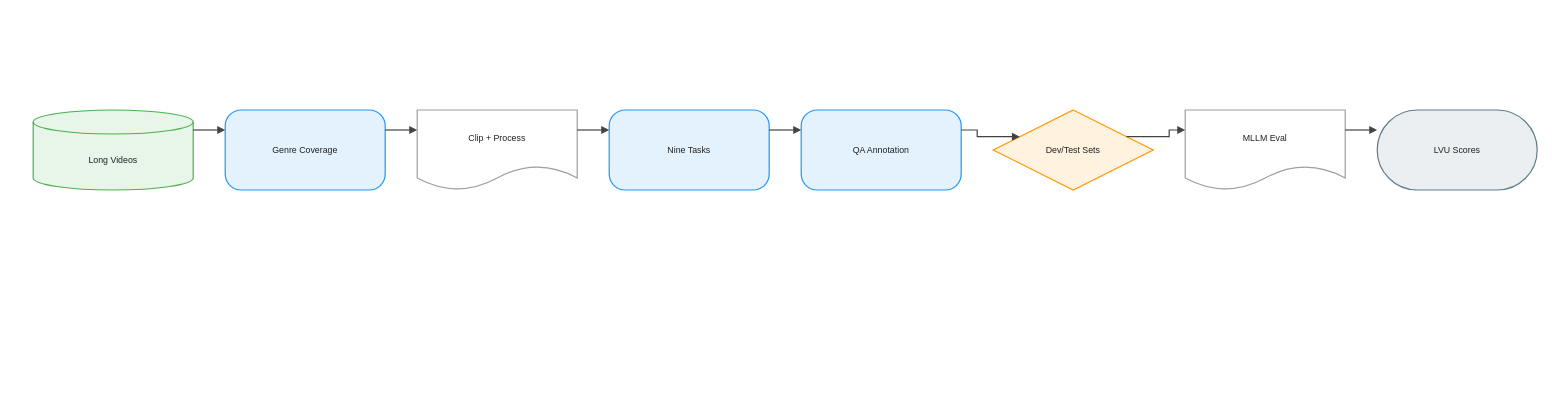
This is client/public/drawio/MLVU/MLVU.en.drawio from joe1chief/benchmark-hub, a draw.io file, before an edit. Source tidied: cells renumbered, new cells numbered last; positions are measured from the earlier drawing's top-left corner, leaving out a move shared by most shapes. Both pictures are drawn from the tidied source at 80%, with x=0, y=0 at pixel (33, 110).
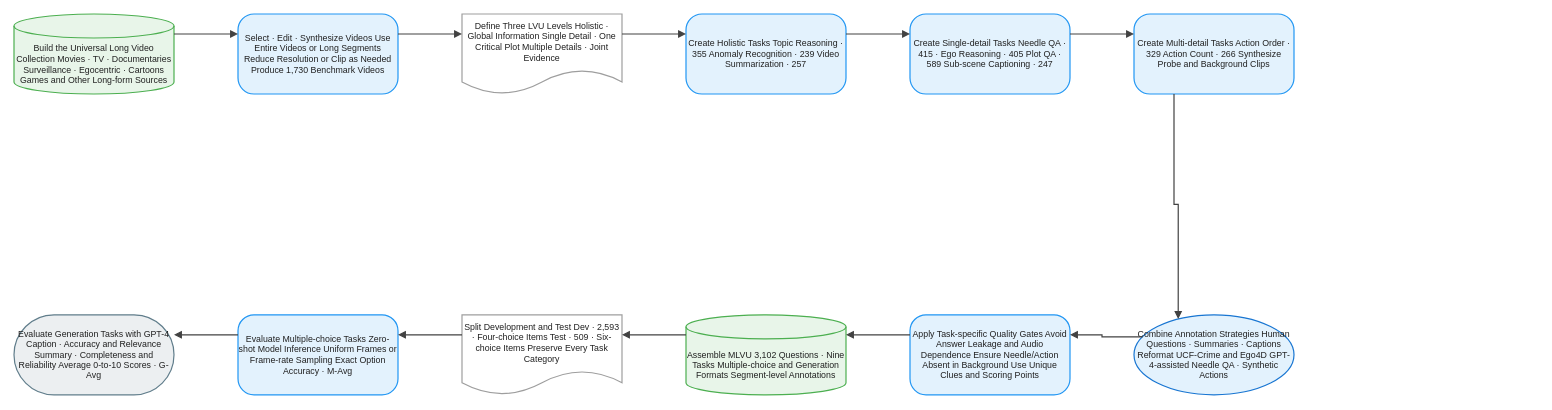
The same page after the edit.

What changed in the source:
```diff
@@
-    <mxCell id="2" value="Long Videos" style="shape=cylinder3;boundedLbl=1;backgroundOutline=1;size=15;html=1;whiteSpace=wrap;fillColor=#E8F5E9;strokeColor=#4CAF50;strokeWidth=1.5;fontColor=#212121;fontSize=11;fontFamily=Arial, Helvetica, sans-serif;verticalAlign=middle;align=center;" parent="1" vertex="1">
-      <mxGeometry width="200" height="100" as="geometry" />
+    <mxCell id="2" value="Build the Universal Long Video Collection Movies · TV · Documentaries Surveillance · Egocentric · Cartoons Games and Other Long-form Sources" style="shape=cylinder3;boundedLbl=1;backgroundOutline=1;size=15;html=1;whiteSpace=wrap;fillColor=#E8F5E9;strokeColor=#4CAF50;strokeWidth=1.5;fontColor=#212121;fontSize=11;fontFamily=Arial, Helvetica, sans-serif;verticalAlign=middle;align=center;" parent="1" vertex="1">
+      <mxGeometry x="-24" y="-120" width="200" height="100" as="geometry" />
     </mxCell>
-    <mxCell id="3" value="Genre Coverage" style="rounded=1;arcSize=20;html=1;whiteSpace=wrap;fillColor=#E3F2FD;strokeColor=#2196F3;strokeWidth=1.5;fontColor=#212121;fontSize=11;fontFamily=Arial, Helvetica, sans-serif;verticalAlign=middle;align=center;" parent="1" vertex="1">
-      <mxGeometry x="240" width="200" height="100" as="geometry" />
+    <mxCell id="3" value="Select · Edit · Synthesize Videos Use Entire Videos or Long Segments Reduce Resolution or Clip as Needed Produce 1,730 Benchmark Videos" style="rounded=1;arcSize=20;html=1;whiteSpace=wrap;fillColor=#E3F2FD;strokeColor=#2196F3;strokeWidth=1.5;fontColor=#212121;fontSize=11;fontFamily=Arial, Helvetica, sans-serif;verticalAlign=middle;align=center;" parent="1" vertex="1">
+      <mxGeometry x="256" y="-120" width="200" height="100" as="geometry" />
     </mxCell>
-    <mxCell id="4" value="Clip + Process" style="shape=document;boundedLbl=1;html=1;whiteSpace=wrap;fillColor=#FFFFFF;strokeColor=#9E9E9E;strokeWidth=1.5;fontColor=#212121;fontSize=11;fontFamily=Arial, Helvetica, sans-serif;verticalAlign=middle;align=center;" parent="1" vertex="1">
-      <mxGeometry x="480" width="200" height="100" as="geometry" />
+    <mxCell id="4" value="Define Three LVU Levels Holistic · Global Information Single Detail · One Critical Plot Multiple Details · Joint Evidence" style="shape=document;boundedLbl=1;html=1;whiteSpace=wrap;fillColor=#FFFFFF;strokeColor=#9E9E9E;strokeWidth=1.5;fontColor=#212121;fontSize=11;fontFamily=Arial, Helvetica, sans-serif;verticalAlign=middle;align=center;" parent="1" vertex="1">
+      <mxGeometry x="536" y="-120" width="200" height="100" as="geometry" />
     </mxCell>
-    <mxCell id="5" value="Nine Tasks" style="rounded=1;arcSize=20;html=1;whiteSpace=wrap;fillColor=#E3F2FD;strokeColor=#2196F3;strokeWidth=1.5;fontColor=#212121;fontSize=11;fontFamily=Arial, Helvetica, sans-serif;verticalAlign=middle;align=center;" parent="1" vertex="1">
-      <mxGeometry x="720" width="200" height="100" as="geometry" />
+    <mxCell id="5" value="Create Holistic Tasks Topic Reasoning · 355 Anomaly Recognition · 239 Video Summarization · 257" style="rounded=1;arcSize=20;html=1;whiteSpace=wrap;fillColor=#E3F2FD;strokeColor=#2196F3;strokeWidth=1.5;fontColor=#212121;fontSize=11;fontFamily=Arial, Helvetica, sans-serif;verticalAlign=middle;align=center;" parent="1" vertex="1">
+      <mxGeometry x="816" y="-120" width="200" height="100" as="geometry" />
     </mxCell>
-    <mxCell id="6" value="QA Annotation" style="rounded=1;arcSize=20;html=1;whiteSpace=wrap;fillColor=#E3F2FD;strokeColor=#2196F3;strokeWidth=1.5;fontColor=#212121;fontSize=11;fontFamily=Arial, Helvetica, sans-serif;verticalAlign=middle;align=center;" parent="1" vertex="1">
-      <mxGeometry x="960" width="200" height="100" as="geometry" />
+    <mxCell id="6" value="Create Single-detail Tasks Needle QA · 415 · Ego Reasoning · 405 Plot QA · 589 Sub-scene Captioning · 247" style="rounded=1;arcSize=20;html=1;whiteSpace=wrap;fillColor=#E3F2FD;strokeColor=#2196F3;strokeWidth=1.5;fontColor=#212121;fontSize=11;fontFamily=Arial, Helvetica, sans-serif;verticalAlign=middle;align=center;" parent="1" vertex="1">
+      <mxGeometry x="1096" y="-120" width="200" height="100" as="geometry" />
     </mxCell>
-    <mxCell id="7" value="Dev/Test Sets" style="rhombus;html=1;whiteSpace=wrap;fillColor=#FFF3E0;strokeColor=#FF9800;strokeWidth=1.5;fontColor=#212121;fontSize=11;fontFamily=Arial, Helvetica, sans-serif;verticalAlign=middle;align=center;" parent="1" vertex="1">
-      <mxGeometry x="1200" width="200" height="100" as="geometry" />
+    <mxCell id="7" value="Create Multi-detail Tasks Action Order · 329 Action Count · 266 Synthesize Probe and Background Clips" style="rounded=1;arcSize=20;html=1;whiteSpace=wrap;fillColor=#E3F2FD;strokeColor=#2196F3;strokeWidth=1.5;fontColor=#212121;fontSize=11;fontFamily=Arial, Helvetica, sans-serif;verticalAlign=middle;align=center;" parent="1" vertex="1">
+      <mxGeometry x="1376" y="-120" width="200" height="100" as="geometry" />
     </mxCell>
-    <mxCell id="8" value="MLLM Eval" style="shape=document;boundedLbl=1;html=1;whiteSpace=wrap;fillColor=#FFFFFF;strokeColor=#9E9E9E;strokeWidth=1.5;fontColor=#212121;fontSize=11;fontFamily=Arial, Helvetica, sans-serif;verticalAlign=middle;align=center;" parent="1" vertex="1">
-      <mxGeometry x="1440" width="200" height="100" as="geometry" />
+    <mxCell id="8" value="Combine Annotation Strategies Human Questions · Summaries · Captions Reformat UCF-Crime and Ego4D GPT-4-assisted Needle QA · Synthetic Actions" style="ellipse;html=1;whiteSpace=wrap;fillColor=#E3F2FD;strokeColor=#1976D2;strokeWidth=1.5;fontColor=#212121;fontSize=11;fontFamily=Arial, Helvetica, sans-serif;verticalAlign=middle;align=center;" parent="1" vertex="1">
+      <mxGeometry x="1376" y="256" width="200" height="100" as="geometry" />
     </mxCell>
-    <mxCell id="9" value="LVU Scores" style="rounded=1;arcSize=50;html=1;whiteSpace=wrap;fillColor=#ECEFF1;strokeColor=#607D8B;strokeWidth=1.5;fontColor=#212121;fontSize=11;fontFamily=Arial, Helvetica, sans-serif;verticalAlign=middle;align=center;" parent="1" vertex="1">
-      <mxGeometry x="1680" width="200" height="100" as="geometry" />
+    <mxCell id="9" value="Apply Task-specific Quality Gates Avoid Answer Leakage and Audio Dependence Ensure Needle/Action Absent in Background Use Unique Clues and Scoring Points" style="rounded=1;arcSize=20;html=1;whiteSpace=wrap;fillColor=#E3F2FD;strokeColor=#2196F3;strokeWidth=1.5;fontColor=#212121;fontSize=11;fontFamily=Arial, Helvetica, sans-serif;verticalAlign=middle;align=center;" parent="1" vertex="1">
+      <mxGeometry x="1096" y="256" width="200" height="100" as="geometry" />
     </mxCell>
-    <mxCell id="10" style="edgeStyle=orthogonalEdgeStyle;rounded=0;jettySize=auto;html=1;strokeColor=#424242;strokeWidth=1.5;endArrow=block;endFill=1;exitX=1;exitY=0.25;exitDx=0;exitDy=0;entryX=0;entryY=0.25;entryDx=0;entryDy=0;jumpStyle=arc;jumpSize=8;" parent="1" edge="1" source="2" target="3">
-      <mxGeometry relative="1" as="geometry" />
+    <mxCell id="10" value="Assemble MLVU 3,102 Questions · Nine Tasks Multiple-choice and Generation Formats Segment-level Annotations" style="shape=cylinder3;boundedLbl=1;backgroundOutline=1;size=15;html=1;whiteSpace=wrap;fillColor=#E8F5E9;strokeColor=#4CAF50;strokeWidth=1.5;fontColor=#212121;fontSize=11;fontFamily=Arial, Helvetica, sans-serif;verticalAlign=middle;align=center;" parent="1" vertex="1">
+      <mxGeometry x="816" y="256" width="200" height="100" as="geometry" />
     </mxCell>
-    <mxCell id="11" style="edgeStyle=orthogonalEdgeStyle;rounded=0;jettySize=auto;html=1;strokeColor=#424242;strokeWidth=1.5;endArrow=block;endFill=1;exitX=1;exitY=0.25;exitDx=0;exitDy=0;entryX=0;entryY=0.25;entryDx=0;entryDy=0;jumpStyle=arc;jumpSize=8;" parent="1" edge="1" source="3" target="4">
-      <mxGeometry relative="1" as="geometry" />
+    <mxCell id="11" value="Split Development and Test Dev · 2,593 · Four-choice Items Test · 509 · Six-choice Items Preserve Every Task Category" style="shape=document;boundedLbl=1;html=1;whiteSpace=wrap;fillColor=#FFFFFF;strokeColor=#9E9E9E;strokeWidth=1.5;fontColor=#212121;fontSize=11;fontFamily=Arial, Helvetica, sans-serif;verticalAlign=middle;align=center;" parent="1" vertex="1">
+      <mxGeometry x="536" y="256" width="200" height="100" as="geometry" />
     </mxCell>
-    <mxCell id="12" style="edgeStyle=orthogonalEdgeStyle;rounded=0;jettySize=auto;html=1;strokeColor=#424242;strokeWidth=1.5;endArrow=block;endFill=1;exitX=1;exitY=0.25;exitDx=0;exitDy=0;entryX=0;entryY=0.25;entryDx=0;entryDy=0;jumpStyle=arc;jumpSize=8;" parent="1" edge="1" source="4" target="5">
-      <mxGeometry relative="1" as="geometry" />
+    <mxCell id="12" value="Evaluate Multiple-choice Tasks Zero-shot Model Inference Uniform Frames or Frame-rate Sampling Exact Option Accuracy · M-Avg" style="rounded=1;arcSize=20;html=1;whiteSpace=wrap;fillColor=#E3F2FD;strokeColor=#2196F3;strokeWidth=1.5;fontColor=#212121;fontSize=11;fontFamily=Arial, Helvetica, sans-serif;verticalAlign=middle;align=center;" parent="1" vertex="1">
+      <mxGeometry x="256" y="256" width="200" height="100" as="geometry" />
     </mxCell>
-    <mxCell id="13" style="edgeStyle=orthogonalEdgeStyle;rounded=0;jettySize=auto;html=1;strokeColor=#424242;strokeWidth=1.5;endArrow=block;endFill=1;exitX=1;exitY=0.25;exitDx=0;exitDy=0;entryX=0;entryY=0.25;entryDx=0;entryDy=0;jumpStyle=arc;jumpSize=8;" parent="1" edge="1" source="5" target="6">
-      <mxGeometry relative="1" as="geometry" />
+    <mxCell id="13" value="Evaluate Generation Tasks with GPT-4 Caption · Accuracy and Relevance Summary · Completeness and Reliability Average 0-to-10 Scores · G-Avg" style="rounded=1;arcSize=50;html=1;whiteSpace=wrap;fillColor=#ECEFF1;strokeColor=#607D8B;strokeWidth=1.5;fontColor=#212121;fontSize=11;fontFamily=Arial, Helvetica, sans-serif;verticalAlign=middle;align=center;" parent="1" vertex="1">
+      <mxGeometry x="-24" y="256" width="200" height="100" as="geometry" />
     </mxCell>
-    <mxCell id="14" style="edgeStyle=orthogonalEdgeStyle;rounded=0;jettySize=auto;html=1;strokeColor=#424242;strokeWidth=1.5;endArrow=block;endFill=1;exitX=1;exitY=0.25;exitDx=0;exitDy=0;entryX=0;entryY=0.25;entryDx=0;entryDy=0;jumpStyle=arc;jumpSize=8;" parent="1" edge="1" source="6" target="7">
+    <mxCell id="14" style="edgeStyle=orthogonalEdgeStyle;rounded=0;jettySize=auto;html=1;strokeColor=#424242;strokeWidth=1.5;endArrow=block;endFill=1;exitX=1;exitY=0.25;exitDx=0;exitDy=0;entryX=0;entryY=0.25;entryDx=0;entryDy=0;jumpStyle=arc;jumpSize=8;" parent="1" edge="1" source="2" target="3">
       <mxGeometry relative="1" as="geometry" />
     </mxCell>
-    <mxCell id="15" style="edgeStyle=orthogonalEdgeStyle;rounded=0;jettySize=auto;html=1;strokeColor=#424242;strokeWidth=1.5;endArrow=block;endFill=1;exitX=1;exitY=0.25;exitDx=0;exitDy=0;entryX=0;entryY=0.25;entryDx=0;entryDy=0;jumpStyle=arc;jumpSize=8;" parent="1" edge="1" source="7" target="8">
+    <mxCell id="15" style="edgeStyle=orthogonalEdgeStyle;rounded=0;jettySize=auto;html=1;strokeColor=#424242;strokeWidth=1.5;endArrow=block;endFill=1;exitX=1;exitY=0.25;exitDx=0;exitDy=0;entryX=0;entryY=0.25;entryDx=0;entryDy=0;jumpStyle=arc;jumpSize=8;" parent="1" edge="1" source="3" target="4">
       <mxGeometry relative="1" as="geometry" />
     </mxCell>
-    <mxCell id="16" style="edgeStyle=orthogonalEdgeStyle;rounded=0;jettySize=auto;html=1;strokeColor=#424242;strokeWidth=1.5;endArrow=block;endFill=1;exitX=1;exitY=0.25;exitDx=0;exitDy=0;entryX=0;entryY=0.25;entryDx=0;entryDy=0;jumpStyle=arc;jumpSize=8;" parent="1" edge="1" source="8" target="9">
+    <mxCell id="16" style="edgeStyle=orthogonalEdgeStyle;rounded=0;jettySize=auto;html=1;strokeColor=#424242;strokeWidth=1.5;endArrow=block;endFill=1;exitX=1;exitY=0.25;exitDx=0;exitDy=0;entryX=0;entryY=0.25;entryDx=0;entryDy=0;jumpStyle=arc;jumpSize=8;" parent="1" edge="1" source="4" target="5">
       <mxGeometry relative="1" as="geometry" />
     </mxCell>
+    <mxCell id="17" style="edgeStyle=orthogonalEdgeStyle;rounded=0;jettySize=auto;html=1;strokeColor=#424242;strokeWidth=1.5;endArrow=block;endFill=1;exitX=1;exitY=0.25;exitDx=0;exitDy=0;entryX=0;entryY=0.25;entryDx=0;entryDy=0;jumpStyle=arc;jumpSize=8;" parent="1" edge="1" source="5" target="6">
+      <mxGeometry relative="1" as="geometry" />
+    </mxCell>
+    <mxCell id="18" style="edgeStyle=orthogonalEdgeStyle;rounded=0;jettySize=auto;html=1;strokeColor=#424242;strokeWidth=1.5;endArrow=block;endFill=1;exitX=1;exitY=0.25;exitDx=0;exitDy=0;entryX=0;entryY=0.25;entryDx=0;entryDy=0;jumpStyle=arc;jumpSize=8;" parent="1" edge="1" source="6" target="7">
+      <mxGeometry relative="1" as="geometry" />
+    </mxCell>
+    <mxCell id="19" style="edgeStyle=orthogonalEdgeStyle;rounded=0;jettySize=auto;html=1;strokeColor=#424242;strokeWidth=1.5;endArrow=block;endFill=1;exitX=0.25;exitY=1;exitDx=0;exitDy=0;entryX=0.25;entryY=0;entryDx=0;entryDy=0;jumpStyle=arc;jumpSize=8;" parent="1" edge="1" source="7" target="8">
+      <mxGeometry relative="1" as="geometry" />
+    </mxCell>
+    <mxCell id="20" style="edgeStyle=orthogonalEdgeStyle;rounded=0;jettySize=auto;html=1;strokeColor=#424242;strokeWidth=1.5;endArrow=block;endFill=1;exitX=0;exitY=0.25;exitDx=0;exitDy=0;entryX=1;entryY=0.25;entryDx=0;entryDy=0;jumpStyle=arc;jumpSize=8;" parent="1" edge="1" source="8" target="9">
+      <mxGeometry relative="1" as="geometry" />
+    </mxCell>
+    <mxCell id="21" style="edgeStyle=orthogonalEdgeStyle;rounded=0;jettySize=auto;html=1;strokeColor=#424242;strokeWidth=1.5;endArrow=block;endFill=1;exitX=0;exitY=0.25;exitDx=0;exitDy=0;entryX=1;entryY=0.25;entryDx=0;entryDy=0;jumpStyle=arc;jumpSize=8;" parent="1" edge="1" source="9" target="10">
+      <mxGeometry relative="1" as="geometry" />
+    </mxCell>
+    <mxCell id="22" style="edgeStyle=orthogonalEdgeStyle;rounded=0;jettySize=auto;html=1;strokeColor=#424242;strokeWidth=1.5;endArrow=block;endFill=1;exitX=0;exitY=0.25;exitDx=0;exitDy=0;entryX=1;entryY=0.25;entryDx=0;entryDy=0;jumpStyle=arc;jumpSize=8;" parent="1" edge="1" source="10" target="11">
+      <mxGeometry relative="1" as="geometry" />
+    </mxCell>
+    <mxCell id="23" style="edgeStyle=orthogonalEdgeStyle;rounded=0;jettySize=auto;html=1;strokeColor=#424242;strokeWidth=1.5;endArrow=block;endFill=1;exitX=0;exitY=0.25;exitDx=0;exitDy=0;entryX=1;entryY=0.25;entryDx=0;entryDy=0;jumpStyle=arc;jumpSize=8;" parent="1" edge="1" source="11" target="12">
+      <mxGeometry relative="1" as="geometry" />
+    </mxCell>
+    <mxCell id="24" style="edgeStyle=orthogonalEdgeStyle;rounded=0;jettySize=auto;html=1;strokeColor=#424242;strokeWidth=1.5;endArrow=block;endFill=1;exitX=0;exitY=0.25;exitDx=0;exitDy=0;entryX=1;entryY=0.25;entryDx=0;entryDy=0;jumpStyle=arc;jumpSize=8;" parent="1" edge="1" source="12" target="13">
+      <mxGeometry relative="1" as="geometry" />
+    </mxCell>
```
